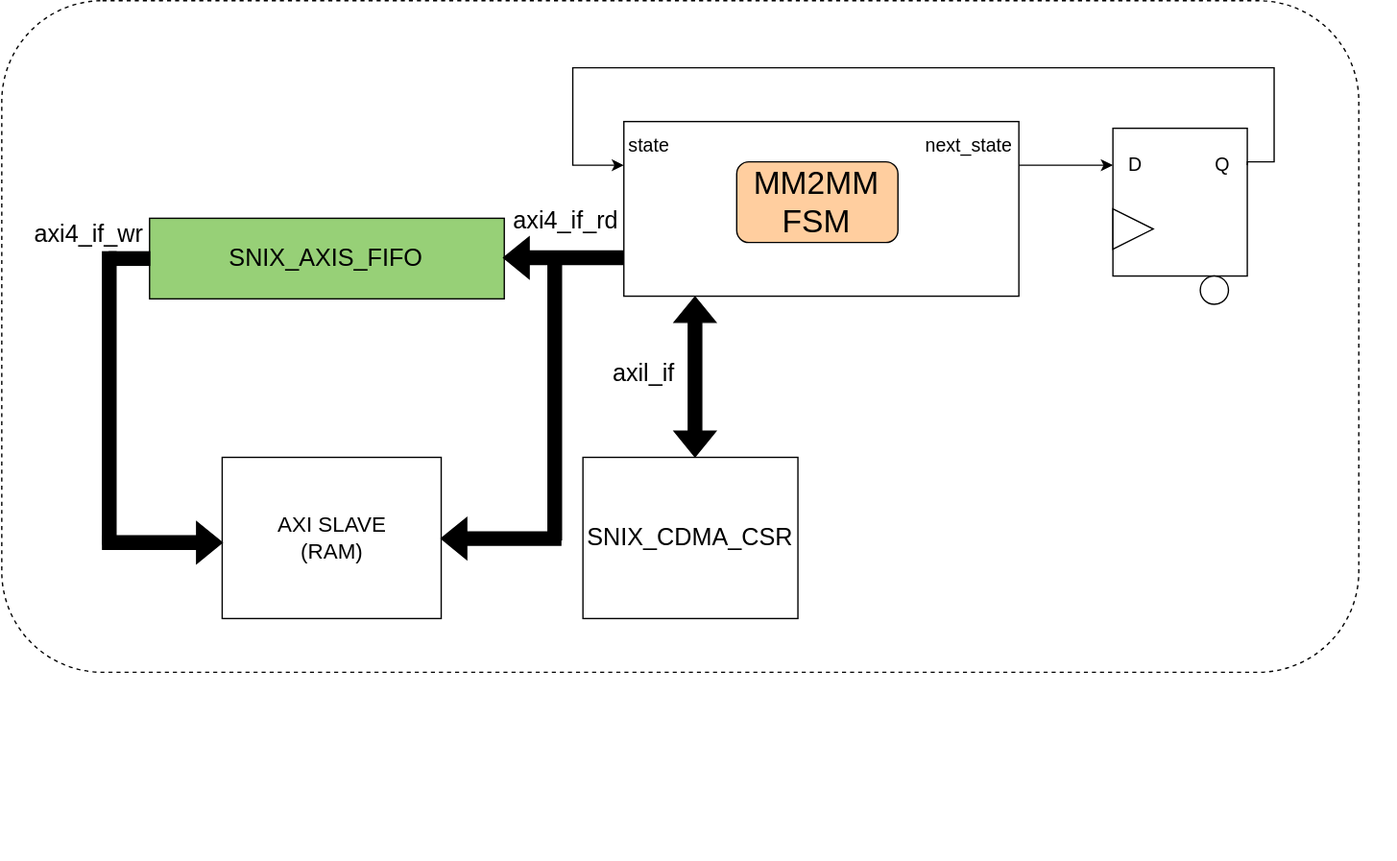
Earlier version of the draw.io export docs/cdma.svg (nelsoncsc/verilaxi). Source tidied: cells renumbered, new cells last; positions are measured from the earlier drawing's top-left corner, leaving out a move shared by most shapes.
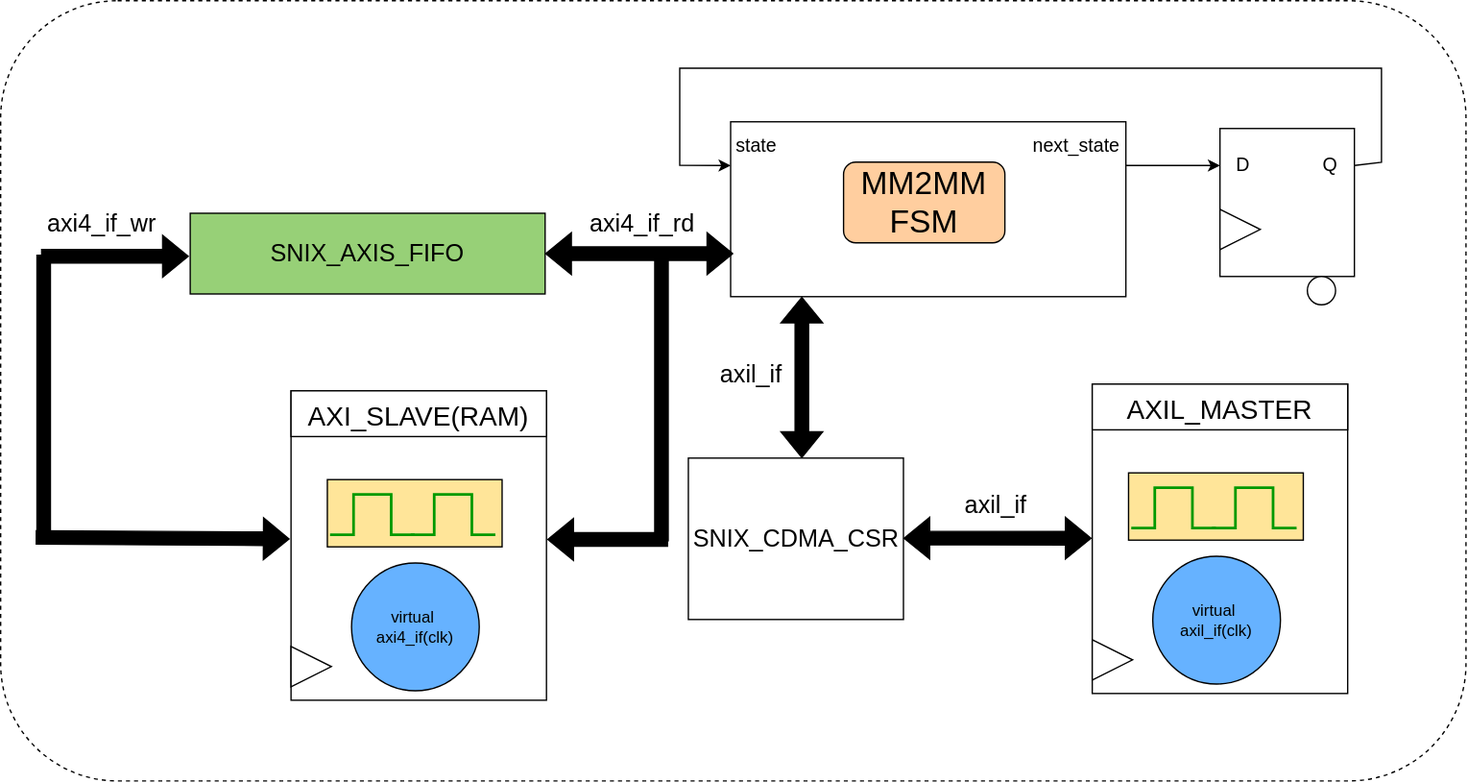
Above is the later version.

Commit message:
Refresh DMA/CDMA diagrams and add CDC FIFO diagram

The edit, as a diff of the source:
```diff
@@ -2,103 +2,157 @@
   <root>
     <mxCell id="0" />
     <mxCell id="1" parent="0" />
-    <mxCell id="2" style="group;" parent="1" vertex="1">
-      <mxGeometry x="48.5" y="50" width="1017.5" height="590" as="geometry" />
-    </mxCell>
-    <mxCell id="3" style="rounded=1;whiteSpace=wrap;html=1;dashed=1;" parent="2" vertex="1">
-      <mxGeometry x="-20" y="-50" width="1010" height="500" as="geometry" />
-    </mxCell>
+    <mxCell id="28" style="rounded=1;whiteSpace=wrap;html=1;align=center;verticalAlign=top;fontFamily=Helvetica;fontSize=12;fontColor=default;fillColor=default;gradientColor=none;dashed=1;" parent="1" vertex="1">
+      <mxGeometry x="-14" y="-20" width="1090" height="580" as="geometry" />
+    </mxCell>
-    <mxCell id="4" style="edgeStyle=orthogonalEdgeStyle;rounded=0;jettySize=auto;html=1;exitX=1;exitY=0.25;exitDx=0;exitDy=0;entryX=0;entryY=0.25;entryDx=0;entryDy=0;" parent="2" edge="1" source="5" target="7">
+    <mxCell id="4" style="edgeStyle=orthogonalEdgeStyle;rounded=0;jettySize=auto;html=1;exitX=1;exitY=0.25;exitDx=0;exitDy=0;entryX=0;entryY=0.25;entryDx=0;entryDy=0;" parent="1" edge="1" source="5" target="7">
       <mxGeometry relative="1" as="geometry" />
     </mxCell>
-    <mxCell id="5" style="rounded=0;whiteSpace=wrap;html=1;" parent="2" vertex="1">
-      <mxGeometry x="443" y="40" width="294" height="130" as="geometry" />
+    <mxCell id="5" style="rounded=0;whiteSpace=wrap;html=1;" parent="1" vertex="1">
+      <mxGeometry x="529" y="70" width="294" height="130" as="geometry" />
     </mxCell>
-    <mxCell id="6" style="group;" parent="2" vertex="1">
-      <mxGeometry x="807" y="45" width="100" height="131" as="geometry" />
-    </mxCell>
+    <mxCell id="11" value="&lt;font style=&quot;font-size: 14px;&quot;&gt;state&amp;nbsp; &amp;nbsp; &amp;nbsp; &amp;nbsp; &amp;nbsp; &amp;nbsp; &amp;nbsp; &amp;nbsp; &amp;nbsp; &amp;nbsp; &amp;nbsp; &amp;nbsp; &amp;nbsp; &amp;nbsp; &amp;nbsp; &amp;nbsp; &amp;nbsp; &amp;nbsp; &amp;nbsp; &amp;nbsp; &amp;nbsp; &amp;nbsp; &amp;nbsp; &amp;nbsp; &amp;nbsp;next_state&lt;/font&gt;" style="text;html=1;whiteSpace=wrap;strokeColor=none;fillColor=none;align=center;verticalAlign=middle;rounded=0;" parent="1" vertex="1">
+      <mxGeometry x="531" y="73" width="290" height="30" as="geometry" />
+    </mxCell>
+    <mxCell id="12" value="&lt;font style=&quot;font-size: 24px;&quot;&gt;MM2MM FSM&lt;/font&gt;" style="rounded=1;whiteSpace=wrap;html=1;fillColor=#FFCE9F;" parent="1" vertex="1">
+      <mxGeometry x="613" y="100" width="120" height="60" as="geometry" />
+    </mxCell>
+    <mxCell id="13" style="edgeStyle=orthogonalEdgeStyle;rounded=0;jettySize=auto;html=1;exitX=1;exitY=0.25;exitDx=0;exitDy=0;entryX=0;entryY=0.25;entryDx=0;entryDy=0;" parent="1" edge="1" source="7" target="5">
+      <mxGeometry relative="1" as="geometry">
+        <Array as="points">
+          <mxPoint x="993" y="100" />
+          <mxPoint x="1013" y="100" />
+          <mxPoint x="1013" y="30" />
+          <mxPoint x="491" y="30" />
+          <mxPoint x="491" y="103" />
+        </Array>
+      </mxGeometry>
+    </mxCell>
+    <mxCell id="14" style="group;fillColor=none;" parent="1" vertex="1">
+      <mxGeometry x="86" y="142" width="495.8" height="140.2" as="geometry" />
+    </mxCell>
+    <mxCell id="19" style="rounded=0;whiteSpace=wrap;html=1;fillColor=#000000;rotation=90;" parent="14" vertex="1">
+      <mxGeometry x="287.3" y="130.2" width="208.4" height="10" as="geometry" />
+    </mxCell>
+    <mxCell id="15" value="&lt;font style=&quot;font-size: 18px;&quot;&gt;SNIX_AXIS_FIFO&lt;/font&gt;" style="rounded=0;whiteSpace=wrap;html=1;fillColor=#97D077;" parent="14" vertex="1">
+      <mxGeometry x="41" y="-4" width="264" height="60" as="geometry" />
+    </mxCell>
+    <mxCell id="21" value="&lt;font style=&quot;font-size: 18px;&quot;&gt;axi4_if_rd&lt;/font&gt;" style="text;html=1;whiteSpace=wrap;strokeColor=none;fillColor=none;align=center;verticalAlign=middle;rounded=0;" parent="1" vertex="1">
+      <mxGeometry x="418" y="131" width="91" height="30" as="geometry" />
+    </mxCell>
+    <mxCell id="22" style="shape=flexArrow;endArrow=classic;startArrow=classic;html=1;rounded=0;fillColor=#000000;" parent="1" edge="1">
+      <mxGeometry relative="1" as="geometry">
+        <mxPoint x="582" y="320" as="sourcePoint" />
+        <mxPoint x="582" y="200" as="targetPoint" />
+      </mxGeometry>
+    </mxCell>
+    <mxCell id="23" value="&lt;font style=&quot;font-size: 18px;&quot;&gt;axil_if&lt;/font&gt;" style="text;html=1;whiteSpace=wrap;strokeColor=none;fillColor=none;align=center;verticalAlign=middle;rounded=0;" parent="1" vertex="1">
+      <mxGeometry x="498.6" y="243" width="91" height="30" as="geometry" />
+    </mxCell>
+    <mxCell id="24" value="&lt;font style=&quot;font-size: 18px;&quot;&gt;SNIX_CDMA_CSR&lt;/font&gt;" style="rounded=0;whiteSpace=wrap;html=1;" parent="1" vertex="1">
+      <mxGeometry x="497.6" y="320" width="160" height="120" as="geometry" />
+    </mxCell>
+    <mxCell id="27" style="shape=flexArrow;endArrow=classic;html=1;rounded=0;strokeColor=#000000;fillColor=#000000;" parent="1" edge="1">
+      <mxGeometry relative="1" as="geometry">
+        <mxPoint x="482.6" y="380.5" as="sourcePoint" />
+        <mxPoint x="392.6" y="380.5" as="targetPoint" />
+      </mxGeometry>
+    </mxCell>
+    <mxCell id="29" style="group;" parent="1" vertex="1">
+      <mxGeometry x="798" y="265" width="200" height="230" as="geometry" />
+    </mxCell>
+    <mxCell id="30" style="rounded=0;whiteSpace=wrap;html=1;" parent="29" vertex="1">
+      <mxGeometry width="190" height="230" as="geometry" />
+    </mxCell>
+    <mxCell id="31" value="virtual&amp;nbsp;&lt;div&gt;axil_if(clk)&lt;/div&gt;" style="ellipse;whiteSpace=wrap;html=1;fillColor=#66B2FF;" parent="29" vertex="1">
+      <mxGeometry x="45" y="128" width="95" height="95" as="geometry" />
+    </mxCell>
+    <mxCell id="32" style="triangle;whiteSpace=wrap;html=1;" parent="29" vertex="1">
+      <mxGeometry y="190" width="30" height="30" as="geometry" />
+    </mxCell>
+    <mxCell id="33" style="group;" parent="29" vertex="1">
+      <mxGeometry x="27" y="66" width="130" height="50" as="geometry" />
+    </mxCell>
+    <mxCell id="34" style="rounded=0;whiteSpace=wrap;html=1;fillColor=#FFE599;" parent="33" vertex="1">
+      <mxGeometry width="130" height="50" as="geometry" />
+    </mxCell>
+    <mxCell id="35" style="verticalLabelPosition=bottom;shadow=0;dashed=0;align=center;html=1;verticalAlign=top;shape=mxgraph.electrical.waveforms.pulse_1;strokeWidth=2;strokeColor=#009900;" parent="33" vertex="1">
+      <mxGeometry x="2" y="11" width="63" height="30" as="geometry" />
+    </mxCell>
+    <mxCell id="36" style="verticalLabelPosition=bottom;shadow=0;dashed=0;align=center;html=1;verticalAlign=top;shape=mxgraph.electrical.waveforms.pulse_1;strokeWidth=2;strokeColor=#009900;" parent="33" vertex="1">
+      <mxGeometry x="62" y="11" width="63" height="30" as="geometry" />
+    </mxCell>
+    <mxCell id="37" value="&lt;font style=&quot;font-size: 20px;&quot;&gt;AXIL_MASTER&lt;/font&gt;" style="rounded=0;whiteSpace=wrap;html=1;align=center;verticalAlign=top;fontFamily=Helvetica;fontSize=12;fontColor=default;fillColor=default;gradientColor=none;" parent="29" vertex="1">
+      <mxGeometry width="190" height="34" as="geometry" />
+    </mxCell>
+    <mxCell id="38" style="shape=flexArrow;endArrow=classic;startArrow=classic;html=1;rounded=0;fillColor=#000000;" parent="1" edge="1">
+      <mxGeometry relative="1" as="geometry">
+        <mxPoint x="657.5" y="379.5" as="sourcePoint" />
+        <mxPoint x="797.5" y="379.5" as="targetPoint" />
+      </mxGeometry>
+    </mxCell>
+    <mxCell id="39" value="&lt;font style=&quot;font-size: 18px;&quot;&gt;axil_if&lt;/font&gt;" style="text;html=1;whiteSpace=wrap;strokeColor=none;fillColor=none;align=center;verticalAlign=middle;rounded=0;" parent="1" vertex="1">
+      <mxGeometry x="681" y="340" width="91" height="30" as="geometry" />
+    </mxCell>
+    <mxCell id="18" style="rounded=0;whiteSpace=wrap;html=1;fillColor=#000000;rotation=90;" parent="1" vertex="1">
+      <mxGeometry x="-88.2" y="270.5" width="212.5" height="10" as="geometry" />
+    </mxCell>
+    <mxCell id="40" style="shape=flexArrow;endArrow=classic;startArrow=classic;html=1;rounded=0;fillColor=#000000;" parent="1" edge="1">
+      <mxGeometry relative="1" as="geometry">
+        <mxPoint x="391" y="168" as="sourcePoint" />
+        <mxPoint x="531" y="168" as="targetPoint" />
+      </mxGeometry>
+    </mxCell>
+    <mxCell id="17" value="&lt;font style=&quot;font-size: 18px;&quot;&gt;axi4_if_wr&lt;/font&gt;" style="text;html=1;whiteSpace=wrap;strokeColor=none;fillColor=none;align=center;verticalAlign=middle;rounded=0;" parent="1" vertex="1">
+      <mxGeometry x="16" y="131" width="91" height="30" as="geometry" />
+    </mxCell>
+    <mxCell id="41" style="shape=flexArrow;endArrow=classic;html=1;rounded=0;strokeColor=#000000;fillColor=#000000;" parent="1" edge="1">
+      <mxGeometry relative="1" as="geometry">
+        <mxPoint x="16" y="170" as="sourcePoint" />
+        <mxPoint x="126" y="170" as="targetPoint" />
+      </mxGeometry>
+    </mxCell>
-    <mxCell id="7" style="rounded=0;whiteSpace=wrap;html=1;" parent="6" vertex="1">
-      <mxGeometry width="100" height="110" as="geometry" />
+    <mxCell id="7" style="rounded=0;whiteSpace=wrap;html=1;" parent="1" vertex="1">
+      <mxGeometry x="893" y="75" width="100" height="110" as="geometry" />
     </mxCell>
-    <mxCell id="8" style="triangle;whiteSpace=wrap;html=1;" parent="6" vertex="1">
-      <mxGeometry y="60" width="30" height="30" as="geometry" />
+    <mxCell id="8" style="triangle;whiteSpace=wrap;html=1;" parent="1" vertex="1">
+      <mxGeometry x="893" y="135" width="30" height="30" as="geometry" />
     </mxCell>
-    <mxCell id="9" style="ellipse;whiteSpace=wrap;html=1;" parent="6" vertex="1">
-      <mxGeometry x="65" y="110" width="21" height="21" as="geometry" />
+    <mxCell id="9" style="ellipse;whiteSpace=wrap;html=1;" parent="1" vertex="1">
+      <mxGeometry x="958" y="185" width="21" height="21" as="geometry" />
     </mxCell>
-    <mxCell id="10" value="&lt;font style=&quot;font-size: 14px;&quot;&gt;D&amp;nbsp; &amp;nbsp; &amp;nbsp; &amp;nbsp; &amp;nbsp; &amp;nbsp; &amp;nbsp; Q&lt;/font&gt;" style="text;html=1;whiteSpace=wrap;strokeColor=none;fillColor=none;align=center;verticalAlign=middle;rounded=0;" parent="6" vertex="1">
-      <mxGeometry x="5" y="12" width="90" height="30" as="geometry" />
+    <mxCell id="10" value="&lt;font style=&quot;font-size: 14px;&quot;&gt;D&amp;nbsp; &amp;nbsp; &amp;nbsp; &amp;nbsp; &amp;nbsp; &amp;nbsp; &amp;nbsp; Q&lt;/font&gt;" style="text;html=1;whiteSpace=wrap;strokeColor=none;fillColor=none;align=center;verticalAlign=middle;rounded=0;" parent="1" vertex="1">
+      <mxGeometry x="898" y="87" width="90" height="30" as="geometry" />
     </mxCell>
-    <mxCell id="11" value="&lt;font style=&quot;font-size: 14px;&quot;&gt;state&amp;nbsp; &amp;nbsp; &amp;nbsp; &amp;nbsp; &amp;nbsp; &amp;nbsp; &amp;nbsp; &amp;nbsp; &amp;nbsp; &amp;nbsp; &amp;nbsp; &amp;nbsp; &amp;nbsp; &amp;nbsp; &amp;nbsp; &amp;nbsp; &amp;nbsp; &amp;nbsp; &amp;nbsp; &amp;nbsp; &amp;nbsp; &amp;nbsp; &amp;nbsp; &amp;nbsp; &amp;nbsp;next_state&lt;/font&gt;" style="text;html=1;whiteSpace=wrap;strokeColor=none;fillColor=none;align=center;verticalAlign=middle;rounded=0;" parent="2" vertex="1">
-      <mxGeometry x="445" y="43" width="290" height="30" as="geometry" />
-    </mxCell>
-    <mxCell id="12" value="&lt;font style=&quot;font-size: 24px;&quot;&gt;MM2MM FSM&lt;/font&gt;" style="rounded=1;whiteSpace=wrap;html=1;fillColor=#FFCE9F;" parent="2" vertex="1">
-      <mxGeometry x="527" y="70" width="120" height="60" as="geometry" />
-    </mxCell>
-    <mxCell id="13" style="edgeStyle=orthogonalEdgeStyle;rounded=0;jettySize=auto;html=1;exitX=1;exitY=0.25;exitDx=0;exitDy=0;entryX=0;entryY=0.25;entryDx=0;entryDy=0;" parent="2" edge="1" source="7" target="5">
-      <mxGeometry relative="1" as="geometry">
-        <Array as="points">
-          <mxPoint x="907" y="70" />
-          <mxPoint x="927" y="70" />
-          <mxPoint x="927" />
-          <mxPoint x="405" />
-          <mxPoint x="405" y="73" />
-        </Array>
-      </mxGeometry>
-    </mxCell>
-    <mxCell id="14" style="group;fillColor=none;" parent="2" vertex="1">
-      <mxGeometry y="112" width="495.8" height="140.2" as="geometry" />
-    </mxCell>
-    <mxCell id="15" value="&lt;font style=&quot;font-size: 18px;&quot;&gt;SNIX_AXIS_FIFO&lt;/font&gt;" style="rounded=0;whiteSpace=wrap;html=1;fillColor=#97D077;" parent="14" vertex="1">
-      <mxGeometry x="90" width="264" height="60" as="geometry" />
-    </mxCell>
-    <mxCell id="16" style="shape=flexArrow;endArrow=classic;html=1;rounded=0;strokeColor=#000000;fillColor=#000000;" parent="14" edge="1">
-      <mxGeometry relative="1" as="geometry">
-        <mxPoint x="443" y="29.4" as="sourcePoint" />
-        <mxPoint x="353" y="29.4" as="targetPoint" />
-      </mxGeometry>
-    </mxCell>
-    <mxCell id="17" value="&lt;font style=&quot;font-size: 18px;&quot;&gt;axi4_if_wr&lt;/font&gt;" style="text;html=1;whiteSpace=wrap;strokeColor=none;fillColor=none;align=center;verticalAlign=middle;rounded=0;" parent="14" vertex="1">
-      <mxGeometry y="-3" width="91" height="30" as="geometry" />
-    </mxCell>
-    <mxCell id="18" style="rounded=0;whiteSpace=wrap;html=1;fillColor=#000000;rotation=90;" parent="14" vertex="1">
-      <mxGeometry x="-48.8" y="128.8" width="217.5" height="10" as="geometry" />
-    </mxCell>
-    <mxCell id="19" style="rounded=0;whiteSpace=wrap;html=1;fillColor=#000000;rotation=90;" parent="14" vertex="1">
-      <mxGeometry x="287.3" y="130.2" width="208.4" height="10" as="geometry" />
-    </mxCell>
-    <mxCell id="20" style="rounded=0;whiteSpace=wrap;html=1;fillColor=#000000;rotation=-180;" parent="14" vertex="1">
-      <mxGeometry x="60" y="25" width="30" height="10" as="geometry" />
-    </mxCell>
-    <mxCell id="21" value="&lt;font style=&quot;font-size: 18px;&quot;&gt;axi4_if_rd&lt;/font&gt;" style="text;html=1;whiteSpace=wrap;strokeColor=none;fillColor=none;align=center;verticalAlign=middle;rounded=0;" parent="2" vertex="1">
-      <mxGeometry x="355" y="99" width="91" height="30" as="geometry" />
-    </mxCell>
-    <mxCell id="22" style="shape=flexArrow;endArrow=classic;startArrow=classic;html=1;rounded=0;fillColor=#000000;" parent="2" edge="1">
-      <mxGeometry relative="1" as="geometry">
-        <mxPoint x="496" y="290" as="sourcePoint" />
-        <mxPoint x="496" y="170" as="targetPoint" />
-      </mxGeometry>
-    </mxCell>
-    <mxCell id="23" value="&lt;font style=&quot;font-size: 18px;&quot;&gt;axil_if&lt;/font&gt;" style="text;html=1;whiteSpace=wrap;strokeColor=none;fillColor=none;align=center;verticalAlign=middle;rounded=0;" parent="2" vertex="1">
-      <mxGeometry x="412.5" y="213" width="91" height="30" as="geometry" />
-    </mxCell>
-    <mxCell id="24" value="&lt;font style=&quot;font-size: 18px;&quot;&gt;SNIX_CDMA_CSR&lt;/font&gt;" style="rounded=0;whiteSpace=wrap;html=1;" parent="2" vertex="1">
-      <mxGeometry x="412.5" y="290" width="160" height="120" as="geometry" />
-    </mxCell>
-    <mxCell id="25" value="&lt;font size=&quot;3&quot;&gt;AXI SLAVE&lt;br&gt;(RAM)&lt;/font&gt;" style="rounded=0;whiteSpace=wrap;html=1;" parent="2" vertex="1">
-      <mxGeometry x="144" y="290" width="163" height="120" as="geometry" />
-    </mxCell>
+    <mxCell id="42" style="rounded=0;whiteSpace=wrap;html=1;" parent="1" vertex="1">
+      <mxGeometry x="202" y="270" width="190" height="230" as="geometry" />
+    </mxCell>
+    <mxCell id="43" value="virtual&amp;nbsp;&lt;div&gt;axi4_if(clk)&lt;/div&gt;" style="ellipse;whiteSpace=wrap;html=1;fillColor=#66B2FF;" parent="1" vertex="1">
+      <mxGeometry x="247" y="398" width="95" height="95" as="geometry" />
+    </mxCell>
+    <mxCell id="44" style="triangle;whiteSpace=wrap;html=1;" parent="1" vertex="1">
+      <mxGeometry x="202" y="460" width="30" height="30" as="geometry" />
+    </mxCell>
+    <mxCell id="45" style="group;" parent="1" vertex="1">
+      <mxGeometry x="229" y="336" width="130" height="50" as="geometry" />
+    </mxCell>
+    <mxCell id="46" style="rounded=0;whiteSpace=wrap;html=1;fillColor=#FFE599;" parent="45" vertex="1">
+      <mxGeometry width="130" height="50" as="geometry" />
+    </mxCell>
+    <mxCell id="47" style="verticalLabelPosition=bottom;shadow=0;dashed=0;align=center;html=1;verticalAlign=top;shape=mxgraph.electrical.waveforms.pulse_1;strokeWidth=2;strokeColor=#009900;" parent="45" vertex="1">
+      <mxGeometry x="2" y="11" width="63" height="30" as="geometry" />
+    </mxCell>
+    <mxCell id="48" style="verticalLabelPosition=bottom;shadow=0;dashed=0;align=center;html=1;verticalAlign=top;shape=mxgraph.electrical.waveforms.pulse_1;strokeWidth=2;strokeColor=#009900;" parent="45" vertex="1">
+      <mxGeometry x="62" y="11" width="63" height="30" as="geometry" />
+    </mxCell>
-    <mxCell id="26" style="shape=flexArrow;endArrow=classic;html=1;rounded=0;strokeColor=#000000;fillColor=#000000;" parent="2" edge="1">
+    <mxCell id="26" style="shape=flexArrow;endArrow=classic;html=1;rounded=0;strokeColor=#000000;fillColor=#000000;exitX=0.886;exitY=0.272;exitDx=0;exitDy=0;exitPerimeter=0;" parent="45" edge="1">
       <mxGeometry relative="1" as="geometry">
-        <mxPoint x="54.5" y="353.5" as="sourcePoint" />
-        <mxPoint x="144.5" y="353.5" as="targetPoint" />
+        <mxPoint x="-217" y="43" as="sourcePoint" />
+        <mxPoint x="-28" y="44.1" as="targetPoint" />
       </mxGeometry>
     </mxCell>
-    <mxCell id="27" style="shape=flexArrow;endArrow=classic;html=1;rounded=0;strokeColor=#000000;fillColor=#000000;" parent="2" edge="1">
-      <mxGeometry relative="1" as="geometry">
-        <mxPoint x="396.5" y="350.5" as="sourcePoint" />
-        <mxPoint x="306.5" y="350.5" as="targetPoint" />
-      </mxGeometry>
-    </mxCell>
+    <mxCell id="49" value="&lt;font style=&quot;font-size: 20px;&quot;&gt;AXI_SLAVE(RAM)&lt;/font&gt;" style="rounded=0;whiteSpace=wrap;html=1;align=center;verticalAlign=top;fontFamily=Helvetica;fontSize=12;fontColor=default;fillColor=default;gradientColor=none;" parent="1" vertex="1">
+      <mxGeometry x="202" y="270" width="190" height="34" as="geometry" />
+    </mxCell>
   </root>
 </mxGraphModel>
```
